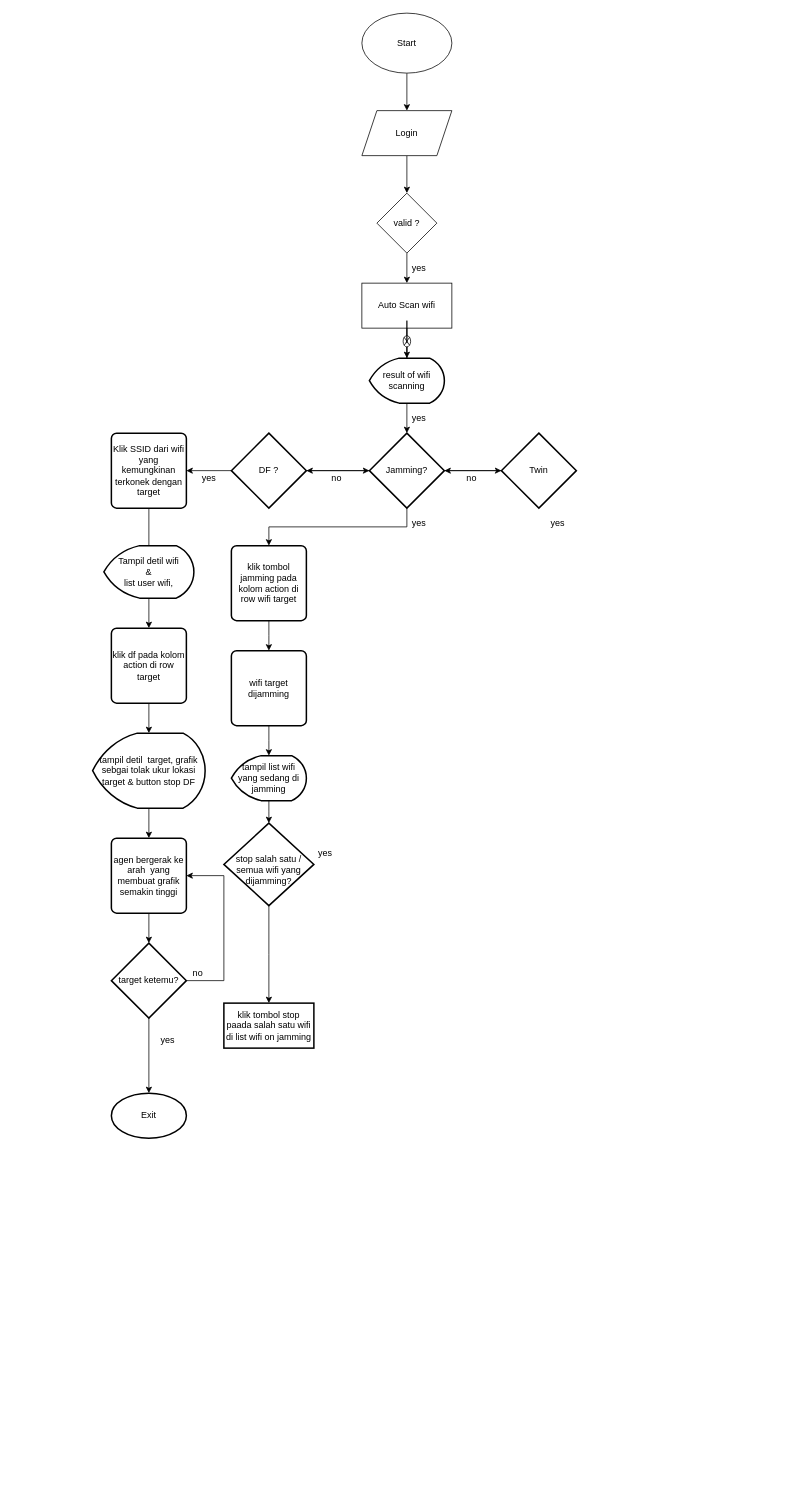
This is flowchart_sistem.drawio from primnewa0615/b17c3, a draw.io file, before an edit. Source tidied: cells renumbered, new cells numbered last; positions are measured from the earlier drawing's top-left corner, leaving out a move shared by most shapes. Both pictures are drawn from the tidied source at 75%, with x=0, y=0 at pixel (92, 13).
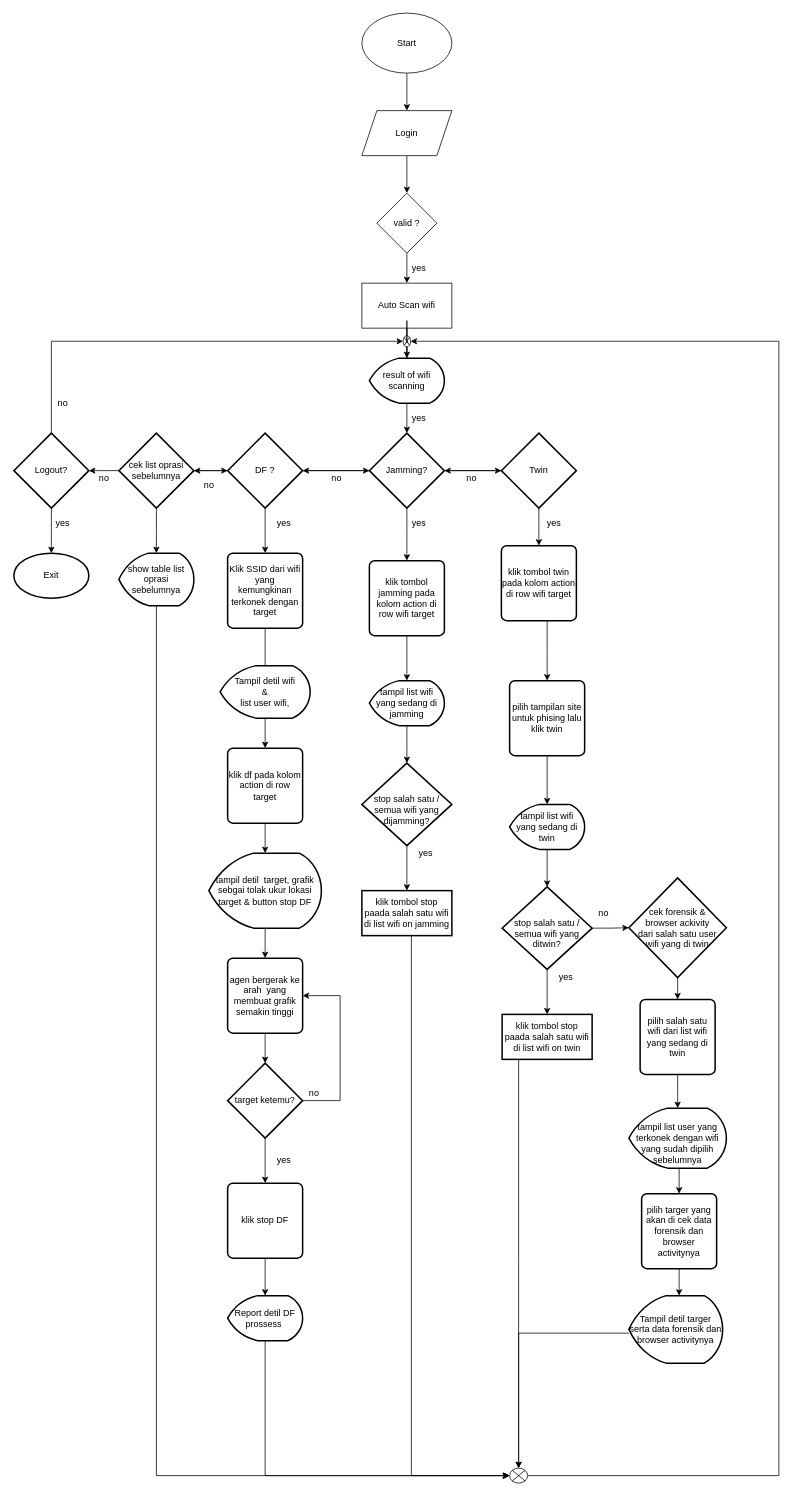
The same diagram, later.

Unchanged cells that the change refers to:
```xml
<mxCell id="18" value="Twin" style="strokeWidth=2;html=1;shape=mxgraph.flowchart.decision;whiteSpace=wrap;" parent="1" vertex="1">
  <mxGeometry x="545" y="560" width="100" height="100" as="geometry" />
</mxCell>
<mxCell id="54" style="verticalLabelPosition=bottom;verticalAlign=top;html=1;shape=mxgraph.flowchart.or;" parent="1" vertex="1">
  <mxGeometry x="414" y="430" width="10" height="15" as="geometry" />
</mxCell>
```

Diff of the diagram source:
```diff
@@
+    <mxCell id="56" style="edgeStyle=elbowEdgeStyle;rounded=0;jettySize=auto;html=1;entryX=0.5;entryY=0;entryDx=0;entryDy=0;" parent="1" edge="1" source="18" target="61">
+      <mxGeometry relative="1" as="geometry" />
+    </mxCell>
@@
-    <mxCell id="20" style="edgeStyle=orthogonalEdgeStyle;rounded=0;jettySize=auto;html=1;entryX=1;entryY=0.5;entryDx=0;entryDy=0;" parent="1" edge="1" source="21" target="30">
+    <mxCell id="20" style="edgeStyle=elbowEdgeStyle;rounded=0;jettySize=auto;html=1;entryX=0.5;entryY=0;entryDx=0;entryDy=0;" parent="1" edge="1" source="21" target="30">
       <mxGeometry relative="1" as="geometry" />
     </mxCell>
+    <mxCell id="57" style="edgeStyle=elbowEdgeStyle;rounded=0;jettySize=auto;elbow=vertical;html=1;" parent="1" edge="1" source="21" target="98">
+      <mxGeometry relative="1" as="geometry" />
+    </mxCell>
     <mxCell id="21" value="DF ?" style="strokeWidth=2;html=1;shape=mxgraph.flowchart.decision;whiteSpace=wrap;" parent="1" vertex="1">
-      <mxGeometry x="185" y="560" width="100" height="100" as="geometry" />
+      <mxGeometry x="180" y="560" width="100" height="100" as="geometry" />
     </mxCell>
@@
-    <mxCell id="25" style="edgeStyle=elbowEdgeStyle;rounded=0;jettySize=auto;elbow=vertical;html=1;entryX=0.5;entryY=0;entryDx=0;entryDy=0;" parent="1" edge="1" source="26" target="47">
+    <mxCell id="25" style="edgeStyle=elbowEdgeStyle;rounded=0;jettySize=auto;elbow=vertical;html=1;entryX=0.5;entryY=0;entryDx=0;entryDy=0;entryPerimeter=0;" parent="1" edge="1" source="26" target="49">
       <mxGeometry relative="1" as="geometry" />
     </mxCell>
     <mxCell id="26" value="klik tombol jamming pada kolom action di row wifi target" style="rounded=1;whiteSpace=wrap;html=1;absoluteArcSize=1;arcSize=14;strokeWidth=2;" parent="1" vertex="1">
-      <mxGeometry x="185" y="710" width="100" height="100" as="geometry" />
+      <mxGeometry x="369" y="730" width="100" height="100" as="geometry" />
     </mxCell>
@@
-    <mxCell id="28" value="yes" style="text;html=1;align=center;verticalAlign=middle;strokeColor=none;fillColor=none;" parent="1" vertex="1">
-      <mxGeometry x="605" y="670" width="30" height="20" as="geometry" />
-    </mxCell>
@@
     <mxCell id="30" value="Klik SSID dari wifi&lt;br&gt;yang kemungkinan terkonek dengan target" style="rounded=1;whiteSpace=wrap;html=1;absoluteArcSize=1;arcSize=14;strokeWidth=2;" parent="1" vertex="1">
-      <mxGeometry x="25" y="560" width="100" height="100" as="geometry" />
+      <mxGeometry x="180" y="720" width="100" height="100" as="geometry" />
     </mxCell>
     <mxCell id="31" value="yes" style="text;html=1;align=center;verticalAlign=middle;strokeColor=none;fillColor=none;" parent="1" vertex="1">
-      <mxGeometry x="140" y="610" width="30" height="20" as="geometry" />
+      <mxGeometry x="240" y="670" width="30" height="20" as="geometry" />
     </mxCell>
@@
     <mxCell id="33" value="Tampil detil wifi&lt;br&gt;&amp;amp;&lt;br&gt;list user wifi," style="strokeWidth=2;html=1;shape=mxgraph.flowchart.display;whiteSpace=wrap;" parent="1" vertex="1">
-      <mxGeometry x="15" y="710" width="120" height="70" as="geometry" />
+      <mxGeometry x="170" y="870" width="120" height="70" as="geometry" />
     </mxCell>
@@
     <mxCell id="35" value="klik df pada kolom action di row target" style="rounded=1;whiteSpace=wrap;html=1;absoluteArcSize=1;arcSize=14;strokeWidth=2;" parent="1" vertex="1">
-      <mxGeometry x="25" y="820" width="100" height="100" as="geometry" />
+      <mxGeometry x="180" y="980" width="100" height="100" as="geometry" />
     </mxCell>
@@
     <mxCell id="37" value="tampil detil&amp;nbsp; target, grafik sebgai tolak ukur lokasi target &amp;amp; button stop DF" style="strokeWidth=2;html=1;shape=mxgraph.flowchart.display;whiteSpace=wrap;" parent="1" vertex="1">
-      <mxGeometry y="960" width="150" height="100" as="geometry" />
+      <mxGeometry x="155" y="1120" width="150" height="100" as="geometry" />
     </mxCell>
@@
     <mxCell id="39" value="agen bergerak ke arah&amp;nbsp; yang membuat grafik semakin tinggi" style="rounded=1;whiteSpace=wrap;html=1;absoluteArcSize=1;arcSize=14;strokeWidth=2;" parent="1" vertex="1">
-      <mxGeometry x="25" y="1100" width="100" height="100" as="geometry" />
+      <mxGeometry x="180" y="1260" width="100" height="100" as="geometry" />
     </mxCell>
     <mxCell id="40" style="edgeStyle=elbowEdgeStyle;rounded=0;jettySize=auto;html=1;entryX=1;entryY=0.5;entryDx=0;entryDy=0;" parent="1" edge="1" source="42" target="39">
       <mxGeometry relative="1" as="geometry">
         <Array as="points">
-          <mxPoint x="175" y="1220" />
+          <mxPoint x="330" y="1380" />
         </Array>
       </mxGeometry>
     </mxCell>
-    <mxCell id="41" style="rounded=0;jettySize=auto;html=1;exitX=0.5;exitY=1;exitDx=0;exitDy=0;exitPerimeter=0;" parent="1" edge="1" source="42" target="43">
-      <mxGeometry relative="1" as="geometry" />
-    </mxCell>
+    <mxCell id="58" style="edgeStyle=elbowEdgeStyle;rounded=0;jettySize=auto;html=1;entryX=0.5;entryY=0;entryDx=0;entryDy=0;" parent="1" edge="1" source="42" target="76">
+      <mxGeometry relative="1" as="geometry" />
+    </mxCell>
     <mxCell id="42" value="target ketemu?" style="strokeWidth=2;html=1;shape=mxgraph.flowchart.decision;whiteSpace=wrap;" parent="1" vertex="1">
-      <mxGeometry x="25" y="1240" width="100" height="100" as="geometry" />
+      <mxGeometry x="180" y="1400" width="100" height="100" as="geometry" />
     </mxCell>
-    <mxCell id="43" value="Exit" style="strokeWidth=2;html=1;shape=mxgraph.flowchart.start_1;whiteSpace=wrap;" parent="1" vertex="1">
-      <mxGeometry x="25" y="1440" width="100" height="60" as="geometry" />
-    </mxCell>
     <mxCell id="44" value="no" style="text;html=1;align=center;verticalAlign=middle;strokeColor=none;fillColor=none;" parent="1" vertex="1">
-      <mxGeometry x="125" y="1270" width="30" height="20" as="geometry" />
+      <mxGeometry x="280" y="1430" width="30" height="20" as="geometry" />
     </mxCell>
     <mxCell id="45" value="yes" style="text;html=1;align=center;verticalAlign=middle;strokeColor=none;fillColor=none;" parent="1" vertex="1">
-      <mxGeometry x="85" y="1360" width="30" height="20" as="geometry" />
+      <mxGeometry x="240" y="1520" width="30" height="20" as="geometry" />
     </mxCell>
-    <mxCell id="46" style="edgeStyle=elbowEdgeStyle;rounded=0;jettySize=auto;elbow=vertical;html=1;entryX=0.5;entryY=0;entryDx=0;entryDy=0;entryPerimeter=0;" parent="1" edge="1" source="47" target="49">
-      <mxGeometry relative="1" as="geometry" />
-    </mxCell>
-    <mxCell id="47" value="wifi target dijamming" style="rounded=1;whiteSpace=wrap;html=1;absoluteArcSize=1;arcSize=14;strokeWidth=2;" parent="1" vertex="1">
-      <mxGeometry x="185" y="850" width="100" height="100" as="geometry" />
-    </mxCell>
@@
     <mxCell id="49" value="tampil list wifi yang sedang di jamming" style="strokeWidth=2;html=1;shape=mxgraph.flowchart.display;whiteSpace=wrap;" parent="1" vertex="1">
-      <mxGeometry x="185" y="990" width="100" height="60" as="geometry" />
+      <mxGeometry x="369" y="890" width="100" height="60" as="geometry" />
     </mxCell>
@@
     <mxCell id="51" value="&lt;br&gt;stop salah satu / semua wifi yang dijamming?" style="strokeWidth=2;html=1;shape=mxgraph.flowchart.decision;whiteSpace=wrap;" parent="1" vertex="1">
-      <mxGeometry x="175" y="1080" width="120" height="110" as="geometry" />
+      <mxGeometry x="359" y="1000" width="120" height="110" as="geometry" />
     </mxCell>
+    <mxCell id="59" style="edgeStyle=elbowEdgeStyle;rounded=0;jettySize=auto;html=1;entryX=0;entryY=0.5;entryDx=0;entryDy=0;entryPerimeter=0;" parent="1" edge="1" source="52" target="74">
+      <mxGeometry relative="1" as="geometry">
+        <Array as="points">
+          <mxPoint x="425" y="1380" />
+        </Array>
+      </mxGeometry>
+    </mxCell>
     <mxCell id="52" value="klik tombol stop paada salah satu wifi di list wifi on jamming" style="whiteSpace=wrap;html=1;strokeWidth=2;" parent="1" vertex="1">
-      <mxGeometry x="175" y="1320" width="120" height="60" as="geometry" />
+      <mxGeometry x="359" y="1170" width="120" height="60" as="geometry" />
     </mxCell>
     <mxCell id="53" value="yes" style="text;html=1;align=center;verticalAlign=middle;strokeColor=none;fillColor=none;" parent="1" vertex="1">
-      <mxGeometry x="295" y="1110" width="30" height="20" as="geometry" />
+      <mxGeometry x="429" y="1110" width="30" height="20" as="geometry" />
     </mxCell>
@@
+    <mxCell id="60" style="edgeStyle=elbowEdgeStyle;rounded=0;jettySize=auto;html=1;entryX=0.5;entryY=0;entryDx=0;entryDy=0;" parent="1" edge="1" source="61" target="63">
+      <mxGeometry relative="1" as="geometry" />
+    </mxCell>
+    <mxCell id="61" value="&lt;span&gt;klik tombol twin pada kolom action di row wifi target&lt;/span&gt;" style="rounded=1;whiteSpace=wrap;html=1;absoluteArcSize=1;arcSize=14;strokeWidth=2;" parent="1" vertex="1">
+      <mxGeometry x="545" y="710" width="100" height="100" as="geometry" />
+    </mxCell>
+    <mxCell id="62" style="edgeStyle=elbowEdgeStyle;rounded=0;jettySize=auto;html=1;entryX=0.5;entryY=0;entryDx=0;entryDy=0;entryPerimeter=0;" parent="1" edge="1" source="63" target="66">
+      <mxGeometry relative="1" as="geometry" />
+    </mxCell>
+    <mxCell id="63" value="pilih tampilan site untuk phising lalu klik twin" style="rounded=1;whiteSpace=wrap;html=1;absoluteArcSize=1;arcSize=14;strokeWidth=2;" parent="1" vertex="1">
+      <mxGeometry x="556" y="890" width="100" height="100" as="geometry" />
+    </mxCell>
+    <mxCell id="64" value="yes" style="text;html=1;align=center;verticalAlign=middle;strokeColor=none;fillColor=none;" parent="1" vertex="1">
+      <mxGeometry x="600" y="670" width="30" height="20" as="geometry" />
+    </mxCell>
+    <mxCell id="65" style="edgeStyle=elbowEdgeStyle;rounded=0;jettySize=auto;elbow=vertical;html=1;" parent="1" edge="1" source="66" target="69">
+      <mxGeometry relative="1" as="geometry" />
+    </mxCell>
+    <mxCell id="66" value="tampil list wifi yang sedang di twin" style="strokeWidth=2;html=1;shape=mxgraph.flowchart.display;whiteSpace=wrap;" parent="1" vertex="1">
+      <mxGeometry x="556" y="1055" width="100" height="60" as="geometry" />
+    </mxCell>
+    <mxCell id="67" style="edgeStyle=elbowEdgeStyle;rounded=0;jettySize=auto;elbow=vertical;html=1;" parent="1" edge="1" source="69" target="71">
+      <mxGeometry relative="1" as="geometry" />
+    </mxCell>
+    <mxCell id="68" style="edgeStyle=elbowEdgeStyle;rounded=0;jettySize=auto;html=1;entryX=0;entryY=0.5;entryDx=0;entryDy=0;entryPerimeter=0;" parent="1" edge="1" source="69" target="85">
+      <mxGeometry relative="1" as="geometry" />
+    </mxCell>
+    <mxCell id="69" value="&lt;br&gt;stop salah satu / semua wifi yang ditwin?" style="strokeWidth=2;html=1;shape=mxgraph.flowchart.decision;whiteSpace=wrap;" parent="1" vertex="1">
+      <mxGeometry x="546" y="1165" width="120" height="110" as="geometry" />
+    </mxCell>
+    <mxCell id="70" style="edgeStyle=elbowEdgeStyle;rounded=0;jettySize=auto;html=1;entryX=0.5;entryY=0;entryDx=0;entryDy=0;entryPerimeter=0;" parent="1" edge="1" source="71" target="74">
+      <mxGeometry relative="1" as="geometry" />
+    </mxCell>
+    <mxCell id="71" value="klik tombol stop paada salah satu wifi di list wifi on twin" style="whiteSpace=wrap;html=1;strokeWidth=2;" parent="1" vertex="1">
+      <mxGeometry x="546" y="1335" width="120" height="60" as="geometry" />
+    </mxCell>
+    <mxCell id="72" value="yes" style="text;html=1;align=center;verticalAlign=middle;strokeColor=none;fillColor=none;" parent="1" vertex="1">
+      <mxGeometry x="616" y="1275" width="30" height="20" as="geometry" />
+    </mxCell>
+    <mxCell id="73" style="edgeStyle=elbowEdgeStyle;rounded=0;jettySize=auto;html=1;entryX=1;entryY=0.5;entryDx=0;entryDy=0;entryPerimeter=0;" parent="1" edge="1" source="74" target="54">
+      <mxGeometry relative="1" as="geometry">
+        <Array as="points">
+          <mxPoint x="915" y="1150" />
+          <mxPoint x="765" y="790" />
+        </Array>
+      </mxGeometry>
+    </mxCell>
+    <mxCell id="74" style="verticalLabelPosition=bottom;verticalAlign=top;html=1;shape=mxgraph.flowchart.or;" parent="1" vertex="1">
+      <mxGeometry x="556" y="1940" width="24" height="20" as="geometry" />
+    </mxCell>
+    <mxCell id="75" style="edgeStyle=elbowEdgeStyle;rounded=0;jettySize=auto;html=1;entryX=0.5;entryY=0;entryDx=0;entryDy=0;entryPerimeter=0;" parent="1" edge="1" source="76" target="78">
+      <mxGeometry relative="1" as="geometry" />
+    </mxCell>
+    <mxCell id="76" value="klik stop DF" style="rounded=1;whiteSpace=wrap;html=1;absoluteArcSize=1;arcSize=14;strokeWidth=2;" parent="1" vertex="1">
+      <mxGeometry x="180" y="1560" width="100" height="100" as="geometry" />
+    </mxCell>
+    <mxCell id="77" style="edgeStyle=elbowEdgeStyle;rounded=0;jettySize=auto;html=1;elbow=vertical;" parent="1" edge="1" source="78">
+      <mxGeometry relative="1" as="geometry">
+        <mxPoint x="555" y="1950" as="targetPoint" />
+        <Array as="points">
+          <mxPoint x="395" y="1950" />
+        </Array>
+      </mxGeometry>
+    </mxCell>
+    <mxCell id="78" value="Report detil DF prossess&amp;nbsp;" style="strokeWidth=2;html=1;shape=mxgraph.flowchart.display;whiteSpace=wrap;" parent="1" vertex="1">
+      <mxGeometry x="180" y="1710" width="100" height="60" as="geometry" />
+    </mxCell>
+    <mxCell id="79" style="edgeStyle=elbowEdgeStyle;rounded=0;jettySize=auto;html=1;entryX=0.5;entryY=0;entryDx=0;entryDy=0;entryPerimeter=0;" parent="1" edge="1" source="81" target="43">
+      <mxGeometry relative="1" as="geometry" />
+    </mxCell>
+    <mxCell id="80" style="edgeStyle=elbowEdgeStyle;rounded=0;jettySize=auto;html=1;entryX=0;entryY=0.5;entryDx=0;entryDy=0;entryPerimeter=0;" parent="1" edge="1" source="81" target="54">
+      <mxGeometry relative="1" as="geometry">
+        <Array as="points">
+          <mxPoint x="-55" y="530" />
+        </Array>
+      </mxGeometry>
+    </mxCell>
+    <mxCell id="81" value="Logout?" style="strokeWidth=2;html=1;shape=mxgraph.flowchart.decision;whiteSpace=wrap;" parent="1" vertex="1">
+      <mxGeometry x="-105" y="560" width="100" height="100" as="geometry" />
+    </mxCell>
+    <mxCell id="43" value="Exit" style="strokeWidth=2;html=1;shape=mxgraph.flowchart.start_1;whiteSpace=wrap;" parent="1" vertex="1">
+      <mxGeometry x="-105" y="720" width="100" height="60" as="geometry" />
+    </mxCell>
+    <mxCell id="82" value="yes" style="text;html=1;align=center;verticalAlign=middle;strokeColor=none;fillColor=none;" parent="1" vertex="1">
+      <mxGeometry x="-55" y="670" width="30" height="20" as="geometry" />
+    </mxCell>
+    <mxCell id="83" value="no" style="text;html=1;align=center;verticalAlign=middle;strokeColor=none;fillColor=none;" parent="1" vertex="1">
+      <mxGeometry x="-55" y="510" width="30" height="20" as="geometry" />
+    </mxCell>
+    <mxCell id="84" style="edgeStyle=elbowEdgeStyle;rounded=0;jettySize=auto;html=1;entryX=0.5;entryY=0;entryDx=0;entryDy=0;" parent="1" edge="1" source="85" target="88">
+      <mxGeometry relative="1" as="geometry" />
+    </mxCell>
+    <mxCell id="85" value="cek forensik &amp;amp; &lt;br&gt;browser ackivity &lt;br&gt;dari salah satu user &lt;br&gt;wifi yang di twin" style="strokeWidth=2;html=1;shape=mxgraph.flowchart.decision;whiteSpace=wrap;" parent="1" vertex="1">
+      <mxGeometry x="715" y="1153" width="130" height="133" as="geometry" />
+    </mxCell>
+    <mxCell id="86" value="no" style="text;html=1;align=center;verticalAlign=middle;strokeColor=none;fillColor=none;" parent="1" vertex="1">
+      <mxGeometry x="666" y="1190" width="30" height="20" as="geometry" />
+    </mxCell>
+    <mxCell id="87" style="edgeStyle=elbowEdgeStyle;rounded=0;jettySize=auto;html=1;entryX=0.5;entryY=0;entryDx=0;entryDy=0;entryPerimeter=0;" parent="1" edge="1" source="88" target="90">
+      <mxGeometry relative="1" as="geometry" />
+    </mxCell>
+    <mxCell id="88" value="pilih salah satu wifi dari list wifi yang sedang di twin" style="rounded=1;whiteSpace=wrap;html=1;absoluteArcSize=1;arcSize=14;strokeWidth=2;" parent="1" vertex="1">
+      <mxGeometry x="730" y="1315" width="100" height="100" as="geometry" />
+    </mxCell>
+    <mxCell id="89" style="edgeStyle=elbowEdgeStyle;rounded=0;jettySize=auto;html=1;entryX=0.5;entryY=0;entryDx=0;entryDy=0;" parent="1" edge="1" source="90" target="92">
+      <mxGeometry relative="1" as="geometry" />
+    </mxCell>
+    <mxCell id="90" value="&lt;br&gt;tampil list user yang terkonek dengan wifi yang sudah dipilih sebelumnya" style="strokeWidth=2;html=1;shape=mxgraph.flowchart.display;whiteSpace=wrap;" parent="1" vertex="1">
+      <mxGeometry x="715" y="1460" width="130" height="80" as="geometry" />
+    </mxCell>
+    <mxCell id="91" style="edgeStyle=elbowEdgeStyle;rounded=0;jettySize=auto;html=1;" parent="1" edge="1" source="92" target="94">
+      <mxGeometry relative="1" as="geometry" />
+    </mxCell>
+    <mxCell id="92" value="pilih targer yang akan di cek data forensik dan browser activitynya" style="rounded=1;whiteSpace=wrap;html=1;absoluteArcSize=1;arcSize=14;strokeWidth=2;" parent="1" vertex="1">
+      <mxGeometry x="732" y="1574" width="100" height="100" as="geometry" />
+    </mxCell>
+    <mxCell id="93" style="edgeStyle=elbowEdgeStyle;rounded=0;jettySize=auto;elbow=vertical;html=1;entryX=0.5;entryY=0;entryDx=0;entryDy=0;entryPerimeter=0;" parent="1" edge="1" source="94" target="74">
+      <mxGeometry relative="1" as="geometry">
+        <Array as="points">
+          <mxPoint x="675" y="1760" />
+        </Array>
+      </mxGeometry>
+    </mxCell>
+    <mxCell id="94" value="Tampil detil targer serta data forensik dan browser activitynya" style="strokeWidth=2;html=1;shape=mxgraph.flowchart.display;whiteSpace=wrap;" parent="1" vertex="1">
+      <mxGeometry x="715" y="1710" width="125" height="90" as="geometry" />
+    </mxCell>
+    <mxCell id="95" style="edgeStyle=elbowEdgeStyle;rounded=0;jettySize=auto;elbow=vertical;html=1;" parent="1" edge="1" source="98" target="21">
+      <mxGeometry relative="1" as="geometry" />
+    </mxCell>
+    <mxCell id="96" style="edgeStyle=elbowEdgeStyle;rounded=0;jettySize=auto;elbow=vertical;html=1;" parent="1" edge="1" source="98" target="81">
+      <mxGeometry relative="1" as="geometry" />
+    </mxCell>
+    <mxCell id="97" style="edgeStyle=elbowEdgeStyle;rounded=0;jettySize=auto;elbow=vertical;html=1;" parent="1" edge="1" source="98" target="102">
+      <mxGeometry relative="1" as="geometry" />
+    </mxCell>
+    <mxCell id="98" value="cek list oprasi sebelumnya" style="strokeWidth=2;html=1;shape=mxgraph.flowchart.decision;whiteSpace=wrap;" parent="1" vertex="1">
+      <mxGeometry x="35" y="560" width="100" height="100" as="geometry" />
+    </mxCell>
+    <mxCell id="99" value="no" style="text;html=1;align=center;verticalAlign=middle;strokeColor=none;fillColor=none;" parent="1" vertex="1">
+      <mxGeometry x="140" y="620" width="30" height="20" as="geometry" />
+    </mxCell>
+    <mxCell id="100" value="no" style="text;html=1;align=center;verticalAlign=middle;strokeColor=none;fillColor=none;" parent="1" vertex="1">
+      <mxGeometry y="610" width="30" height="20" as="geometry" />
+    </mxCell>
+    <mxCell id="101" style="edgeStyle=elbowEdgeStyle;rounded=0;jettySize=auto;html=1;entryX=0;entryY=0.5;entryDx=0;entryDy=0;entryPerimeter=0;exitX=0.5;exitY=1;exitDx=0;exitDy=0;exitPerimeter=0;" parent="1" edge="1" source="102" target="74">
+      <mxGeometry relative="1" as="geometry">
+        <Array as="points">
+          <mxPoint x="85" y="860" />
+          <mxPoint x="135" y="1910" />
+        </Array>
+      </mxGeometry>
+    </mxCell>
+    <mxCell id="102" value="show table list oprasi sebelumnya" style="strokeWidth=2;html=1;shape=mxgraph.flowchart.display;whiteSpace=wrap;" parent="1" vertex="1">
+      <mxGeometry x="35" y="720" width="100" height="70" as="geometry" />
+    </mxCell>
```
